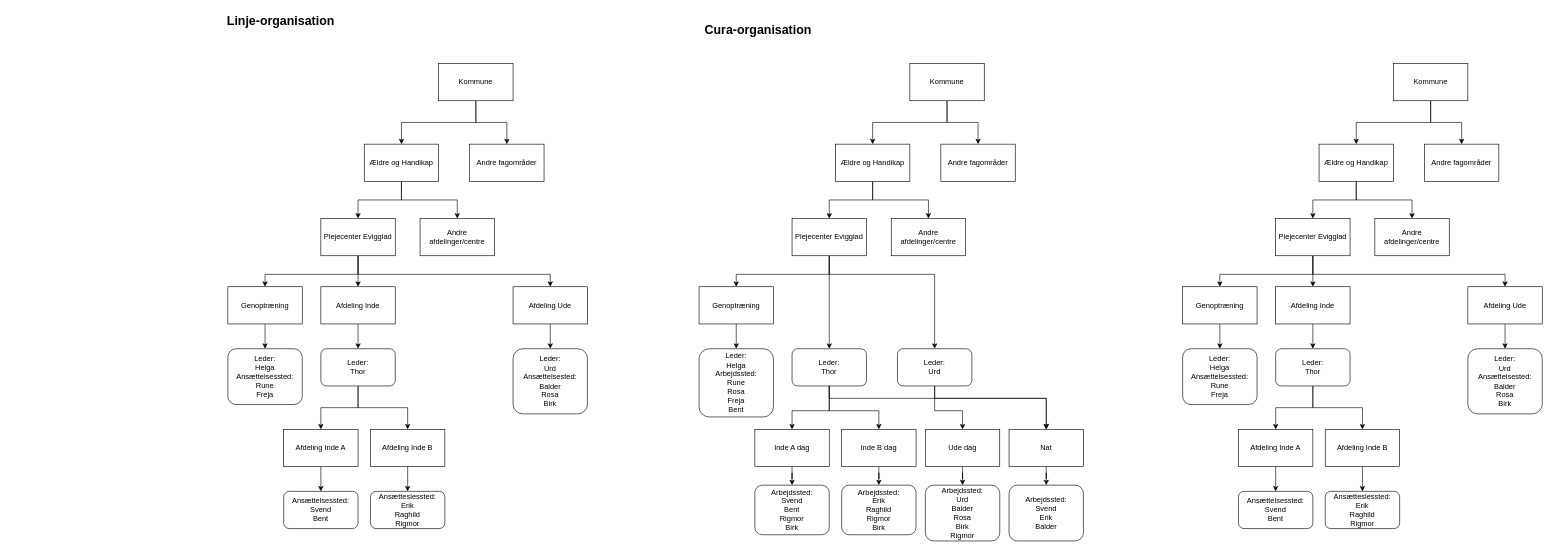
Above: org_udfordring.drawio in Skanderborg/Strategi (draw.io), before the change. Source tidied: cells renumbered, new cells numbered last; positions are measured from the earlier drawing's top-left corner, leaving out a move shared by most shapes. Both pictures are drawn from the tidied source at 62%, with x=0, y=0 at pixel (221, 11).
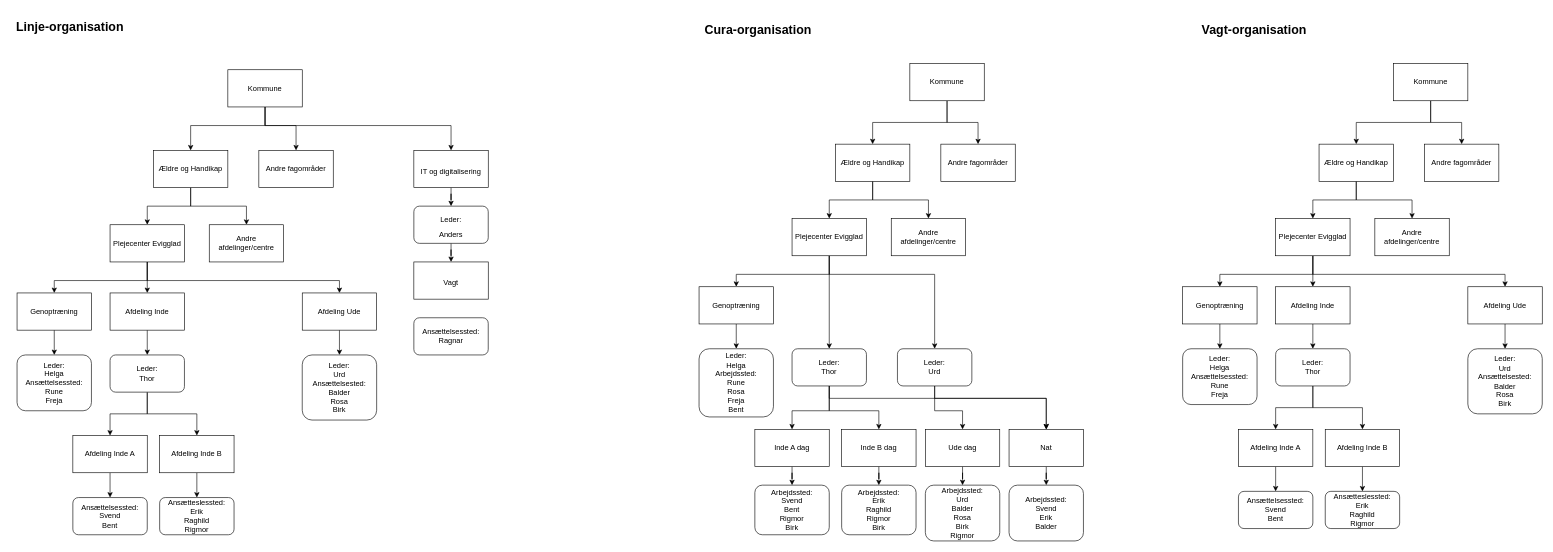
The same diagram, later.

Change to the diagram source:
```diff
@@
     <mxCell id="2" style="edgeStyle=orthogonalEdgeStyle;rounded=0;jettySize=auto;html=1;entryX=0.5;entryY=0;entryDx=0;entryDy=0;" parent="1" edge="1" source="4" target="7">
-      <mxGeometry relative="1" as="geometry" />
+      <mxGeometry relative="1" as="geometry">
+        <Array as="points">
+          <mxPoint x="70" y="185" />
+          <mxPoint x="-50" y="185" />
+        </Array>
+      </mxGeometry>
     </mxCell>
     <mxCell id="3" style="edgeStyle=orthogonalEdgeStyle;rounded=0;jettySize=auto;html=1;" parent="1" edge="1" source="4" target="12">
-      <mxGeometry relative="1" as="geometry" />
+      <mxGeometry relative="1" as="geometry">
+        <Array as="points">
+          <mxPoint x="70" y="185" />
+          <mxPoint x="120" y="185" />
+        </Array>
+      </mxGeometry>
     </mxCell>
+    <mxCell id="96" style="edgeStyle=orthogonalEdgeStyle;rounded=0;jettySize=auto;html=1;entryX=0.5;entryY=0;entryDx=0;entryDy=0;fontSize=20;" parent="1" edge="1" source="4" target="99">
+      <mxGeometry relative="1" as="geometry">
+        <Array as="points">
+          <mxPoint x="70" y="185" />
+          <mxPoint x="370" y="185" />
+        </Array>
+      </mxGeometry>
+    </mxCell>
     <mxCell id="4" value="Kommune" style="rounded=0;whiteSpace=wrap;html=1;" parent="1" vertex="1">
-      <mxGeometry x="350" y="85" width="120" height="60" as="geometry" />
+      <mxGeometry x="10" y="95" width="120" height="60" as="geometry" />
     </mxCell>
@@
     <mxCell id="7" value="Ældre og Handikap" style="rounded=0;whiteSpace=wrap;html=1;" parent="1" vertex="1">
-      <mxGeometry x="230" y="215" width="120" height="60" as="geometry" />
+      <mxGeometry x="-110" y="225" width="120" height="60" as="geometry" />
     </mxCell>
     <mxCell id="8" style="edgeStyle=orthogonalEdgeStyle;rounded=0;jettySize=auto;html=1;" parent="1" edge="1" source="11" target="15">
       <mxGeometry relative="1" as="geometry">
         <Array as="points">
-          <mxPoint x="220" y="425" />
-          <mxPoint x="70" y="425" />
+          <mxPoint x="-120" y="435" />
+          <mxPoint x="-270" y="435" />
         </Array>
       </mxGeometry>
     </mxCell>
     <mxCell id="9" style="edgeStyle=orthogonalEdgeStyle;rounded=0;jettySize=auto;html=1;" parent="1" edge="1" source="11" target="19">
       <mxGeometry relative="1" as="geometry">
         <Array as="points">
-          <mxPoint x="220" y="425" />
-          <mxPoint x="530" y="425" />
+          <mxPoint x="-120" y="435" />
+          <mxPoint x="190" y="435" />
         </Array>
       </mxGeometry>
     </mxCell>
@@
     <mxCell id="11" value="Plejecenter Evigglad" style="rounded=0;whiteSpace=wrap;html=1;" parent="1" vertex="1">
-      <mxGeometry x="160" y="335" width="120" height="60" as="geometry" />
+      <mxGeometry x="-180" y="345" width="120" height="60" as="geometry" />
     </mxCell>
     <mxCell id="12" value="Andre fagområder" style="rounded=0;whiteSpace=wrap;html=1;" parent="1" vertex="1">
-      <mxGeometry x="400" y="215" width="120" height="60" as="geometry" />
+      <mxGeometry x="60" y="225" width="120" height="60" as="geometry" />
     </mxCell>
     <mxCell id="13" value="Andre afdelinger/centre" style="rounded=0;whiteSpace=wrap;html=1;" parent="1" vertex="1">
-      <mxGeometry x="320" y="335" width="120" height="60" as="geometry" />
+      <mxGeometry x="-20" y="345" width="120" height="60" as="geometry" />
     </mxCell>
@@
     <mxCell id="15" value="Genoptræning" style="rounded=0;whiteSpace=wrap;html=1;" parent="1" vertex="1">
-      <mxGeometry x="10" y="445" width="120" height="60" as="geometry" />
+      <mxGeometry x="-330" y="455" width="120" height="60" as="geometry" />
     </mxCell>
@@
     <mxCell id="17" value="Afdeling Inde A" style="rounded=0;whiteSpace=wrap;html=1;" parent="1" vertex="1">
-      <mxGeometry x="100" y="675" width="120" height="60" as="geometry" />
+      <mxGeometry x="-240" y="685" width="120" height="60" as="geometry" />
     </mxCell>
@@
     <mxCell id="19" value="Afdeling Ude" style="rounded=0;whiteSpace=wrap;html=1;" parent="1" vertex="1">
-      <mxGeometry x="470" y="445" width="120" height="60" as="geometry" />
+      <mxGeometry x="130" y="455" width="120" height="60" as="geometry" />
     </mxCell>
     <mxCell id="20" value="&lt;div&gt;Leder:&lt;/div&gt;&lt;div&gt;Helga&lt;/div&gt;&lt;div&gt;Ansættelsessted:&lt;/div&gt;&lt;div&gt;Rune&lt;/div&gt;&lt;div&gt;Freja&lt;/div&gt;" style="rounded=1;whiteSpace=wrap;html=1;" parent="1" vertex="1">
-      <mxGeometry x="10" y="545" width="120" height="90" as="geometry" />
+      <mxGeometry x="-330" y="555" width="120" height="90" as="geometry" />
     </mxCell>
@@
     <mxCell id="22" value="Afdeling Inde B" style="rounded=0;whiteSpace=wrap;html=1;" parent="1" vertex="1">
-      <mxGeometry x="240" y="675" width="120" height="60" as="geometry" />
+      <mxGeometry x="-100" y="685" width="120" height="60" as="geometry" />
     </mxCell>
@@
     <mxCell id="24" value="Afdeling Inde" style="rounded=0;whiteSpace=wrap;html=1;" parent="1" vertex="1">
-      <mxGeometry x="160" y="445" width="120" height="60" as="geometry" />
+      <mxGeometry x="-180" y="455" width="120" height="60" as="geometry" />
     </mxCell>
@@
     <mxCell id="27" value="&lt;div&gt;Leder:&lt;/div&gt;&lt;div&gt;Thor&lt;br&gt;&lt;/div&gt;" style="rounded=1;whiteSpace=wrap;html=1;" parent="1" vertex="1">
-      <mxGeometry x="160" y="545" width="120" height="60" as="geometry" />
+      <mxGeometry x="-180" y="555" width="120" height="60" as="geometry" />
     </mxCell>
     <mxCell id="28" value="&lt;div&gt;Ansættelsessted:&lt;/div&gt;&lt;div&gt;Svend&lt;/div&gt;&lt;div&gt;Bent&lt;/div&gt;" style="rounded=1;whiteSpace=wrap;html=1;" parent="1" vertex="1">
-      <mxGeometry x="100" y="775" width="120" height="60" as="geometry" />
+      <mxGeometry x="-240" y="785" width="120" height="60" as="geometry" />
     </mxCell>
     <mxCell id="29" value="&lt;div&gt;Ansætteslessted:&lt;/div&gt;&lt;div&gt;Erik&lt;/div&gt;&lt;div&gt;Raghild&lt;/div&gt;&lt;div&gt;Rigmor&lt;br&gt;&lt;/div&gt;" style="rounded=1;whiteSpace=wrap;html=1;" parent="1" vertex="1">
-      <mxGeometry x="240" y="775" width="120" height="60" as="geometry" />
+      <mxGeometry x="-100" y="785" width="120" height="60" as="geometry" />
     </mxCell>
@@
     <mxCell id="55" value="&lt;div&gt;Leder:&lt;/div&gt;&lt;div&gt;Urd&lt;/div&gt;&lt;div&gt;Ansættelsested:&lt;/div&gt;&lt;div&gt;Balder&lt;/div&gt;&lt;div&gt;Rosa&lt;/div&gt;&lt;div&gt;Birk&lt;br&gt;&lt;/div&gt;" style="rounded=1;whiteSpace=wrap;html=1;" parent="1" vertex="1">
-      <mxGeometry x="470" y="545" width="120" height="105" as="geometry" />
+      <mxGeometry x="130" y="555" width="120" height="105" as="geometry" />
     </mxCell>
@@
     <mxCell id="65" value="Linje-organisation" style="text;html=1;align=center;verticalAlign=middle;fontSize=20;fontStyle=1;" parent="1" vertex="1">
-      <mxGeometry width="190" height="30" as="geometry" />
+      <mxGeometry x="-340" y="10" width="190" height="30" as="geometry" />
     </mxCell>
@@
+    <mxCell id="97" value="Vagt-organisation" style="text;html=1;align=center;verticalAlign=middle;fontSize=20;fontStyle=1;" parent="1" vertex="1">
+      <mxGeometry x="1575" y="15" width="180" height="30" as="geometry" />
+    </mxCell>
+    <mxCell id="98" style="edgeStyle=orthogonalEdgeStyle;rounded=0;jettySize=auto;html=1;fontSize=20;" parent="1" edge="1" source="99" target="101">
+      <mxGeometry relative="1" as="geometry" />
+    </mxCell>
+    <mxCell id="99" value="&lt;font style=&quot;font-size: 12px&quot;&gt;IT og digitalisering&lt;/font&gt;" style="rounded=0;whiteSpace=wrap;html=1;fontSize=20;" parent="1" vertex="1">
+      <mxGeometry x="310" y="225" width="120" height="60" as="geometry" />
+    </mxCell>
+    <mxCell id="100" style="edgeStyle=orthogonalEdgeStyle;rounded=0;jettySize=auto;html=1;fontSize=20;" parent="1" edge="1" source="101" target="102">
+      <mxGeometry relative="1" as="geometry" />
+    </mxCell>
+    <mxCell id="101" value="&lt;div&gt;&lt;font style=&quot;font-size: 12px&quot;&gt;Leder:&lt;/font&gt;&lt;/div&gt;&lt;div&gt;&lt;font style=&quot;font-size: 12px&quot;&gt;Anders&lt;br&gt;&lt;/font&gt;&lt;/div&gt;" style="rounded=1;whiteSpace=wrap;html=1;fontSize=20;" parent="1" vertex="1">
+      <mxGeometry x="310" y="315" width="120" height="60" as="geometry" />
+    </mxCell>
+    <mxCell id="102" value="&lt;font style=&quot;font-size: 12px&quot;&gt;Vagt&lt;/font&gt;" style="rounded=0;whiteSpace=wrap;html=1;fontSize=20;" parent="1" vertex="1">
+      <mxGeometry x="310" y="405" width="120" height="60" as="geometry" />
+    </mxCell>
+    <mxCell id="103" value="&lt;div style=&quot;font-size: 12px&quot;&gt;&lt;font style=&quot;font-size: 12px&quot;&gt;Ansættelsessted&lt;/font&gt;&lt;font style=&quot;font-size: 12px&quot;&gt;:&lt;/font&gt;&lt;/div&gt;&lt;div style=&quot;font-size: 12px&quot;&gt;&lt;font style=&quot;font-size: 12px&quot;&gt;Ragnar&lt;br&gt;&lt;/font&gt;&lt;/div&gt;" style="rounded=1;whiteSpace=wrap;html=1;fontSize=20;" parent="1" vertex="1">
+      <mxGeometry x="310" y="495" width="120" height="60" as="geometry" />
+    </mxCell>
```
